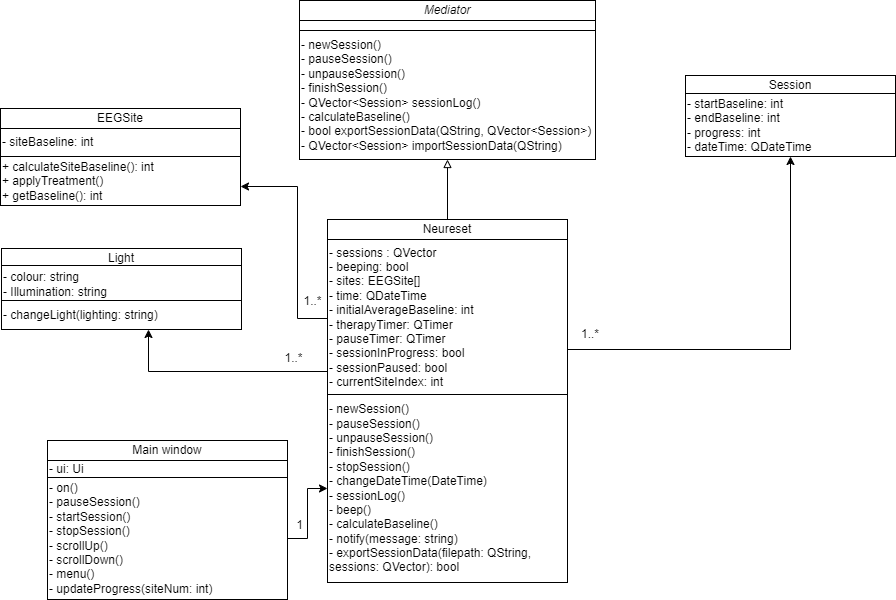
Above: Diagrams/NeuresetUML.png in SaiPaladugu/neureset-comp3004 (draw.io), before the change. Source tidied: cells renumbered, new cells last; positions are measured from the earlier drawing's top-left corner, leaving out a move shared by most shapes. Its diagram source:
```xml
<mxGraphModel>
  <root>
    <mxCell id="0" />
    <mxCell id="1" parent="0" />
    <mxCell id="2" value="Session" style="rounded=0;whiteSpace=wrap;html=1;" parent="1" vertex="1">
      <mxGeometry x="685" y="75" width="210" height="20" as="geometry" />
    </mxCell>
    <mxCell id="3" value="&lt;div style=&quot;&quot;&gt;- startBaseline: int&lt;br&gt;- endBaseline: int&lt;br&gt;- progress: int&lt;br&gt;- dateTime: QDateTime&lt;/div&gt;&lt;span id=&quot;docs-internal-guid-68782151-7fff-3128-4f7a-dbfb32c3a9ff&quot;&gt;&lt;/span&gt;" style="rounded=0;whiteSpace=wrap;html=1;align=left;" parent="1" vertex="1">
      <mxGeometry x="685" y="93" width="210" height="63" as="geometry" />
    </mxCell>
    <mxCell id="4" style="edgeStyle=orthogonalEdgeStyle;rounded=0;jettySize=auto;html=1;endArrow=block;endFill=0;" parent="1" edge="1" source="5" target="14">
      <mxGeometry relative="1" as="geometry" />
    </mxCell>
    <mxCell id="5" value="Neureset" style="rounded=0;whiteSpace=wrap;html=1;" parent="1" vertex="1">
      <mxGeometry x="327" y="219" width="240" height="20" as="geometry" />
    </mxCell>
    <mxCell id="6" value="&lt;div style=&quot;&quot;&gt;- sessions : QVector&lt;/div&gt;&lt;div style=&quot;&quot;&gt;&lt;span style=&quot;background-color: initial;&quot;&gt;- beeping: bool&lt;/span&gt;&lt;/div&gt;&lt;div style=&quot;&quot;&gt;- sites: EEGSite[]&lt;br&gt;- time: QDateTime&lt;/div&gt;&lt;div style=&quot;&quot;&gt;- initialAverageBaseline: int&lt;br&gt;- therapyTimer: QTimer&lt;/div&gt;&lt;div style=&quot;&quot;&gt;- pauseTimer: QTimer&lt;/div&gt;&lt;div style=&quot;&quot;&gt;- sessionInProgress: bool&lt;/div&gt;&lt;div style=&quot;&quot;&gt;- sessionPaused: bool&lt;/div&gt;&lt;div style=&quot;&quot;&gt;- currentSiteIndex: int&lt;/div&gt;&lt;span id=&quot;docs-internal-guid-68782151-7fff-3128-4f7a-dbfb32c3a9ff&quot;&gt;&lt;/span&gt;" style="rounded=0;whiteSpace=wrap;html=1;align=left;" parent="1" vertex="1">
      <mxGeometry x="327" y="239" width="240" height="155" as="geometry" />
    </mxCell>
    <mxCell id="7" style="edgeStyle=orthogonalEdgeStyle;rounded=0;jettySize=auto;html=1;" parent="1" edge="1" source="6" target="25">
      <mxGeometry relative="1" as="geometry">
        <Array as="points">
          <mxPoint x="148" y="371" />
        </Array>
      </mxGeometry>
    </mxCell>
    <mxCell id="8" style="edgeStyle=orthogonalEdgeStyle;rounded=0;jettySize=auto;html=1;" parent="1" edge="1" source="6" target="22">
      <mxGeometry relative="1" as="geometry">
        <Array as="points">
          <mxPoint x="297" y="318" />
          <mxPoint x="297" y="186" />
        </Array>
      </mxGeometry>
    </mxCell>
    <mxCell id="9" style="edgeStyle=orthogonalEdgeStyle;rounded=0;jettySize=auto;html=1;entryX=0.5;entryY=1;entryDx=0;entryDy=0;" parent="1" edge="1" source="6" target="3">
      <mxGeometry relative="1" as="geometry">
        <Array as="points">
          <mxPoint x="790" y="349" />
        </Array>
      </mxGeometry>
    </mxCell>
    <mxCell id="10" value="- newSession()&lt;br&gt;- pauseSession()&lt;div&gt;- unpauseSession()&lt;/div&gt;&lt;div&gt;- finishSession()&lt;br&gt;- stopSession()&lt;br&gt;- changeDateTime(DateTime)&lt;br&gt;- sessionLog()&lt;br&gt;- beep()&lt;br&gt;-&amp;nbsp;&lt;span style=&quot;background-color: initial;&quot;&gt;calculateBaseline()&lt;/span&gt;&lt;/div&gt;&lt;div&gt;&lt;span style=&quot;background-color: initial;&quot;&gt;- notify(message: string)&lt;/span&gt;&lt;/div&gt;&lt;div&gt;&lt;span style=&quot;background-color: initial;&quot;&gt;- exportSessionData(filepath: QString, sessions: QVector): bool&lt;/span&gt;&lt;/div&gt;" style="rounded=0;whiteSpace=wrap;html=1;align=left;" parent="1" vertex="1">
      <mxGeometry x="327" y="394" width="240" height="188" as="geometry" />
    </mxCell>
    <mxCell id="11" value="1..*" style="text;strokeColor=none;align=center;fillColor=none;html=1;verticalAlign=middle;whiteSpace=wrap;rounded=0;" parent="1" vertex="1">
      <mxGeometry x="560" y="319" width="60" height="30" as="geometry" />
    </mxCell>
    <mxCell id="12" value="&lt;i&gt;Mediator&lt;/i&gt;" style="rounded=0;whiteSpace=wrap;html=1;" parent="1" vertex="1">
      <mxGeometry x="299" width="296" height="20" as="geometry" />
    </mxCell>
    <mxCell id="13" value="&lt;div style=&quot;&quot;&gt;&lt;br&gt;&lt;/div&gt;&lt;div&gt;&lt;br&gt;&lt;/div&gt;&lt;span id=&quot;docs-internal-guid-68782151-7fff-3128-4f7a-dbfb32c3a9ff&quot;&gt;&lt;/span&gt;" style="rounded=0;whiteSpace=wrap;html=1;align=left;" parent="1" vertex="1">
      <mxGeometry x="299" y="20" width="296" height="10" as="geometry" />
    </mxCell>
    <mxCell id="14" value="- newSession()&lt;div&gt;- pauseSession()&lt;/div&gt;&lt;div&gt;- unpauseSession()&lt;/div&gt;&lt;div&gt;- finishSession()&lt;/div&gt;&lt;div&gt;- QVector&amp;lt;Session&amp;gt; sessionLog()&lt;/div&gt;&lt;div&gt;- calculateBaseline()&lt;/div&gt;&lt;div&gt;- bool exportSessionData(QString, QVector&amp;lt;Session&amp;gt;)&lt;br&gt;- QVector&amp;lt;Session&amp;gt; importSessionData(QString)&lt;/div&gt;" style="rounded=0;whiteSpace=wrap;html=1;align=left;" parent="1" vertex="1">
      <mxGeometry x="299" y="30" width="296" height="129" as="geometry" />
    </mxCell>
    <mxCell id="15" value="1" style="text;strokeColor=none;align=center;fillColor=none;html=1;verticalAlign=middle;whiteSpace=wrap;rounded=0;" parent="1" vertex="1">
      <mxGeometry x="269" y="507" width="61" height="35" as="geometry" />
    </mxCell>
    <mxCell id="16" value="Main window" style="rounded=0;whiteSpace=wrap;html=1;" parent="1" vertex="1">
      <mxGeometry x="47" y="440" width="240" height="20" as="geometry" />
    </mxCell>
    <mxCell id="17" value="&lt;div style=&quot;&quot;&gt;- ui: Ui&lt;/div&gt;&lt;span id=&quot;docs-internal-guid-68782151-7fff-3128-4f7a-dbfb32c3a9ff&quot;&gt;&lt;/span&gt;" style="rounded=0;whiteSpace=wrap;html=1;align=left;" parent="1" vertex="1">
      <mxGeometry x="47" y="460" width="240" height="17" as="geometry" />
    </mxCell>
    <mxCell id="18" style="edgeStyle=orthogonalEdgeStyle;rounded=0;jettySize=auto;html=1;" parent="1" edge="1" source="19" target="10">
      <mxGeometry relative="1" as="geometry" />
    </mxCell>
    <mxCell id="19" value="- on()&lt;div&gt;- pauseSession()&lt;br&gt;- startSession()&lt;/div&gt;&lt;div&gt;- stopSession()&lt;/div&gt;&lt;div&gt;- scrollUp()&lt;/div&gt;&lt;div&gt;- scrollDown()&lt;/div&gt;&lt;div&gt;- menu()&lt;/div&gt;&lt;div&gt;- updateProgress(siteNum: int)&lt;/div&gt;" style="rounded=0;whiteSpace=wrap;html=1;align=left;" parent="1" vertex="1">
      <mxGeometry x="47" y="477" width="240" height="122" as="geometry" />
    </mxCell>
    <mxCell id="20" value="EEGSite" style="rounded=0;whiteSpace=wrap;html=1;" parent="1" vertex="1">
      <mxGeometry y="108" width="240" height="20" as="geometry" />
    </mxCell>
    <mxCell id="21" value="&lt;div style=&quot;&quot;&gt;- siteBaseline: int&lt;/div&gt;&lt;span id=&quot;docs-internal-guid-68782151-7fff-3128-4f7a-dbfb32c3a9ff&quot;&gt;&lt;/span&gt;" style="rounded=0;whiteSpace=wrap;html=1;align=left;" parent="1" vertex="1">
      <mxGeometry y="128" width="240" height="28" as="geometry" />
    </mxCell>
    <mxCell id="22" value="+ calculateSiteBaseline(): int&lt;div&gt;+ applyTreatment()&lt;br&gt;+ getBaseline(): int&lt;/div&gt;" style="rounded=0;whiteSpace=wrap;html=1;align=left;" parent="1" vertex="1">
      <mxGeometry y="156" width="240" height="49" as="geometry" />
    </mxCell>
    <mxCell id="23" value="Light" style="rounded=0;whiteSpace=wrap;html=1;" parent="1" vertex="1">
      <mxGeometry x="1" y="248" width="240" height="20" as="geometry" />
    </mxCell>
    <mxCell id="24" value="&lt;div style=&quot;&quot;&gt;- colour: string&lt;br&gt;- Illumination: string&lt;/div&gt;&lt;span id=&quot;docs-internal-guid-68782151-7fff-3128-4f7a-dbfb32c3a9ff&quot;&gt;&lt;/span&gt;" style="rounded=0;whiteSpace=wrap;html=1;align=left;" parent="1" vertex="1">
      <mxGeometry x="1" y="265" width="240" height="38" as="geometry" />
    </mxCell>
    <mxCell id="25" value="- changeLight(lighting: string)" style="rounded=0;whiteSpace=wrap;html=1;align=left;" parent="1" vertex="1">
      <mxGeometry x="1" y="300" width="240" height="29" as="geometry" />
    </mxCell>
    <mxCell id="26" value="1..*" style="text;strokeColor=none;align=center;fillColor=none;html=1;verticalAlign=middle;whiteSpace=wrap;rounded=0;" parent="1" vertex="1">
      <mxGeometry x="263" y="340" width="61" height="35" as="geometry" />
    </mxCell>
    <mxCell id="27" value="1..*" style="text;strokeColor=none;align=center;fillColor=none;html=1;verticalAlign=middle;whiteSpace=wrap;rounded=0;" parent="1" vertex="1">
      <mxGeometry x="282" y="283" width="61" height="35" as="geometry" />
    </mxCell>
  </root>
</mxGraphModel>
```
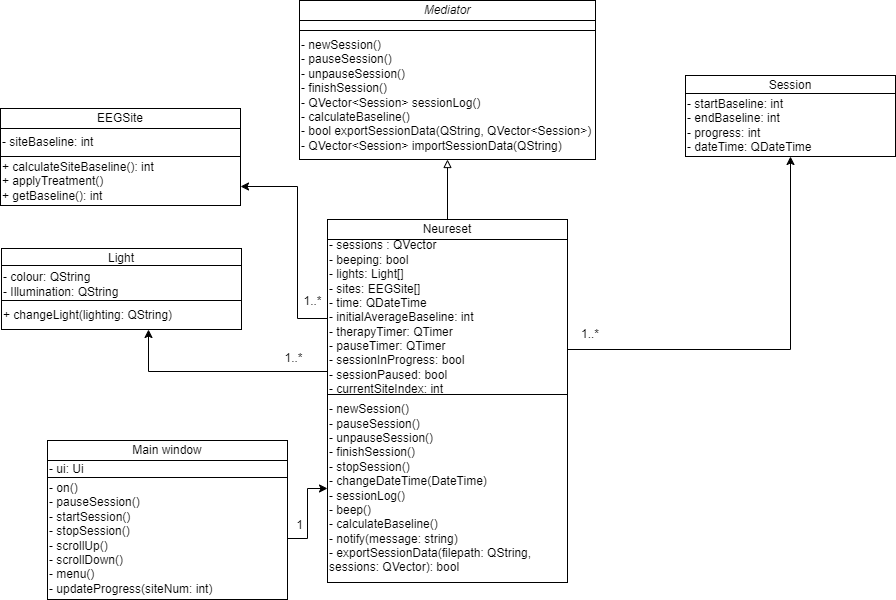
After the commit.

What changed in the source:
```diff
@@ -14,7 +14,7 @@
     <mxCell id="5" value="Neureset" style="rounded=0;whiteSpace=wrap;html=1;" parent="1" vertex="1">
       <mxGeometry x="327" y="219" width="240" height="20" as="geometry" />
     </mxCell>
-    <mxCell id="6" value="&lt;div style=&quot;&quot;&gt;- sessions : QVector&lt;/div&gt;&lt;div style=&quot;&quot;&gt;&lt;span style=&quot;background-color: initial;&quot;&gt;- beeping: bool&lt;/span&gt;&lt;/div&gt;&lt;div style=&quot;&quot;&gt;- sites: EEGSite[]&lt;br&gt;- time: QDateTime&lt;/div&gt;&lt;div style=&quot;&quot;&gt;- initialAverageBaseline: int&lt;br&gt;- therapyTimer: QTimer&lt;/div&gt;&lt;div style=&quot;&quot;&gt;- pauseTimer: QTimer&lt;/div&gt;&lt;div style=&quot;&quot;&gt;- sessionInProgress: bool&lt;/div&gt;&lt;div style=&quot;&quot;&gt;- sessionPaused: bool&lt;/div&gt;&lt;div style=&quot;&quot;&gt;- currentSiteIndex: int&lt;/div&gt;&lt;span id=&quot;docs-internal-guid-68782151-7fff-3128-4f7a-dbfb32c3a9ff&quot;&gt;&lt;/span&gt;" style="rounded=0;whiteSpace=wrap;html=1;align=left;" parent="1" vertex="1">
+    <mxCell id="6" value="&lt;div style=&quot;&quot;&gt;- sessions : QVector&lt;/div&gt;&lt;div style=&quot;&quot;&gt;&lt;span style=&quot;background-color: initial;&quot;&gt;- beeping: bool&lt;/span&gt;&lt;/div&gt;&lt;div style=&quot;&quot;&gt;&lt;span style=&quot;background-color: initial;&quot;&gt;- lights: Light[]&lt;/span&gt;&lt;/div&gt;&lt;div style=&quot;&quot;&gt;- sites: EEGSite[]&lt;br&gt;- time: QDateTime&lt;/div&gt;&lt;div style=&quot;&quot;&gt;- initialAverageBaseline: int&lt;br&gt;- therapyTimer: QTimer&lt;/div&gt;&lt;div style=&quot;&quot;&gt;- pauseTimer: QTimer&lt;/div&gt;&lt;div style=&quot;&quot;&gt;- sessionInProgress: bool&lt;/div&gt;&lt;div style=&quot;&quot;&gt;- sessionPaused: bool&lt;/div&gt;&lt;div style=&quot;&quot;&gt;- currentSiteIndex: int&lt;/div&gt;&lt;span id=&quot;docs-internal-guid-68782151-7fff-3128-4f7a-dbfb32c3a9ff&quot;&gt;&lt;/span&gt;" style="rounded=0;whiteSpace=wrap;html=1;align=left;" parent="1" vertex="1">
       <mxGeometry x="327" y="239" width="240" height="155" as="geometry" />
     </mxCell>
     <mxCell id="7" style="edgeStyle=orthogonalEdgeStyle;rounded=0;jettySize=auto;html=1;" parent="1" edge="1" source="6" target="25">
@@ -81,10 +81,10 @@
     <mxCell id="23" value="Light" style="rounded=0;whiteSpace=wrap;html=1;" parent="1" vertex="1">
       <mxGeometry x="1" y="248" width="240" height="20" as="geometry" />
     </mxCell>
-    <mxCell id="24" value="&lt;div style=&quot;&quot;&gt;- colour: string&lt;br&gt;- Illumination: string&lt;/div&gt;&lt;span id=&quot;docs-internal-guid-68782151-7fff-3128-4f7a-dbfb32c3a9ff&quot;&gt;&lt;/span&gt;" style="rounded=0;whiteSpace=wrap;html=1;align=left;" parent="1" vertex="1">
+    <mxCell id="24" value="&lt;div style=&quot;&quot;&gt;- colour: QString&lt;br&gt;- Illumination: QString&lt;/div&gt;&lt;span id=&quot;docs-internal-guid-68782151-7fff-3128-4f7a-dbfb32c3a9ff&quot;&gt;&lt;/span&gt;" style="rounded=0;whiteSpace=wrap;html=1;align=left;" parent="1" vertex="1">
       <mxGeometry x="1" y="265" width="240" height="38" as="geometry" />
     </mxCell>
-    <mxCell id="25" value="- changeLight(lighting: string)" style="rounded=0;whiteSpace=wrap;html=1;align=left;" parent="1" vertex="1">
+    <mxCell id="25" value="+ changeLight(lighting: QString)" style="rounded=0;whiteSpace=wrap;html=1;align=left;" parent="1" vertex="1">
       <mxGeometry x="1" y="300" width="240" height="29" as="geometry" />
     </mxCell>
     <mxCell id="26" value="1..*" style="text;strokeColor=none;align=center;fillColor=none;html=1;verticalAlign=middle;whiteSpace=wrap;rounded=0;" parent="1" vertex="1">
```
